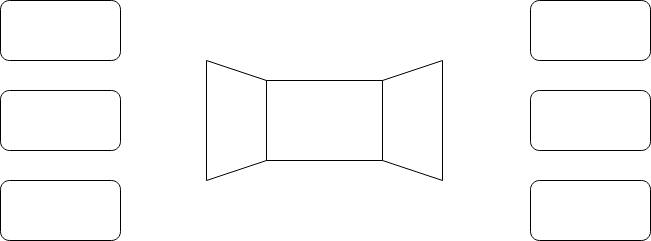
The draw.io diagram 未命名绘图.drawio.png in mengxu98/draw.io, before a commit. Source tidied: cells renumbered, new cells last; positions are measured from the earlier drawing's top-left corner, leaving out a move shared by most shapes.
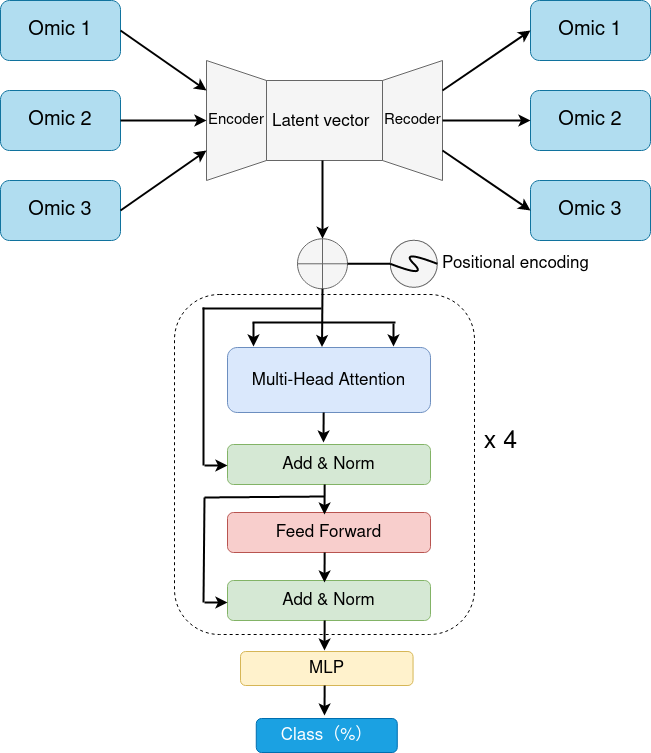
Above is the later version.

Commit message:
更新未命名绘图.drawio.png

What changed in the source:
```diff
@@ -2,35 +2,201 @@
   <root>
     <mxCell id="0" />
     <mxCell id="1" parent="0" />
-    <mxCell id="2" style="rounded=1;whiteSpace=wrap;html=1;" parent="1" vertex="1">
+    <mxCell id="2" value="&lt;font style=&quot;font-size: 20px;&quot;&gt;Omic 2&lt;br&gt;&lt;/font&gt;" style="rounded=1;whiteSpace=wrap;html=1;fillColor=#b1ddf0;strokeColor=#10739e;" parent="1" vertex="1">
       <mxGeometry y="90" width="120" height="60" as="geometry" />
     </mxCell>
-    <mxCell id="3" style="rounded=1;whiteSpace=wrap;html=1;" parent="1" vertex="1">
+    <mxCell id="3" value="&lt;font style=&quot;font-size: 20px;&quot;&gt;Omic 3&lt;br&gt;&lt;/font&gt;" style="rounded=1;whiteSpace=wrap;html=1;fillColor=#b1ddf0;strokeColor=#10739e;" parent="1" vertex="1">
       <mxGeometry y="180" width="120" height="60" as="geometry" />
     </mxCell>
-    <mxCell id="4" style="rounded=1;whiteSpace=wrap;html=1;" parent="1" vertex="1">
+    <mxCell id="4" value="&lt;font style=&quot;font-size: 20px;&quot;&gt;Omic 3&lt;br&gt;&lt;/font&gt;" style="rounded=1;whiteSpace=wrap;html=1;fillColor=#b1ddf0;strokeColor=#10739e;" parent="1" vertex="1">
       <mxGeometry x="530" y="180" width="120" height="60" as="geometry" />
     </mxCell>
-    <mxCell id="5" style="rounded=1;whiteSpace=wrap;html=1;" parent="1" vertex="1">
+    <mxCell id="5" value="&lt;font style=&quot;font-size: 20px;&quot;&gt;Omic 2&lt;br&gt;&lt;/font&gt;" style="rounded=1;whiteSpace=wrap;html=1;fillColor=#b1ddf0;strokeColor=#10739e;" parent="1" vertex="1">
       <mxGeometry x="530" y="90" width="120" height="60" as="geometry" />
     </mxCell>
-    <mxCell id="6" style="rounded=1;whiteSpace=wrap;html=1;" parent="1" vertex="1">
+    <mxCell id="6" value="&lt;font style=&quot;font-size: 20px;&quot;&gt;Omic 1&lt;br&gt;&lt;/font&gt;" style="rounded=1;whiteSpace=wrap;html=1;fillColor=#b1ddf0;strokeColor=#10739e;" parent="1" vertex="1">
       <mxGeometry x="530" width="120" height="60" as="geometry" />
     </mxCell>
-    <mxCell id="7" style="rounded=1;whiteSpace=wrap;html=1;" parent="1" vertex="1">
+    <mxCell id="7" value="&lt;font style=&quot;font-size: 20px;&quot;&gt;Omic 1&lt;br&gt;&lt;/font&gt;" style="rounded=1;whiteSpace=wrap;html=1;fillColor=#b1ddf0;strokeColor=#10739e;" parent="1" vertex="1">
       <mxGeometry width="120" height="60" as="geometry" />
     </mxCell>
     <mxCell id="8" style="group;" parent="1" vertex="1">
-      <mxGeometry x="206" y="60" width="236" height="120" as="geometry" />
+      <mxGeometry x="206" y="60" width="276" height="120" as="geometry" />
     </mxCell>
-    <mxCell id="9" style="rounded=0;whiteSpace=wrap;html=1;" parent="8" vertex="1">
+    <mxCell id="9" style="rounded=0;whiteSpace=wrap;html=1;fillColor=#f5f5f5;strokeColor=#666666;fontColor=#333333;" parent="8" vertex="1">
       <mxGeometry x="56" y="20" width="120" height="80" as="geometry" />
     </mxCell>
-    <mxCell id="10" style="shape=trapezoid;perimeter=trapezoidPerimeter;whiteSpace=wrap;html=1;fixedSize=1;rotation=-90;" parent="8" vertex="1">
+    <mxCell id="10" style="shape=trapezoid;perimeter=trapezoidPerimeter;whiteSpace=wrap;html=1;fixedSize=1;rotation=-90;fillColor=#f5f5f5;strokeColor=#666666;fontColor=#333333;" parent="8" vertex="1">
       <mxGeometry x="146" y="30" width="120" height="60" as="geometry" />
     </mxCell>
-    <mxCell id="11" style="shape=trapezoid;perimeter=trapezoidPerimeter;whiteSpace=wrap;html=1;fixedSize=1;rotation=90;" parent="8" vertex="1">
+    <mxCell id="11" style="shape=trapezoid;perimeter=trapezoidPerimeter;whiteSpace=wrap;html=1;fixedSize=1;rotation=90;fillColor=#f5f5f5;strokeColor=#666666;fontColor=#333333;" parent="8" vertex="1">
       <mxGeometry x="-30" y="30" width="120" height="60" as="geometry" />
     </mxCell>
+    <mxCell id="12" value="&lt;font style=&quot;font-size: 18px;&quot;&gt;&lt;font style=&quot;font-size: 18px;&quot;&gt;&lt;font style=&quot;font-size: 18px;&quot;&gt;&lt;font style=&quot;font-size: 18px;&quot;&gt;&lt;font style=&quot;font-size: 17px;&quot;&gt;&lt;font style=&quot;font-size: 16px;&quot;&gt;&lt;font style=&quot;font-size: 15px;&quot;&gt;Recoder&lt;/font&gt;&lt;/font&gt;&lt;/font&gt;&lt;/font&gt;&lt;/font&gt;&lt;/font&gt;&lt;/font&gt;" style="text;whiteSpace=wrap;html=1;fontSize=20;" parent="8" vertex="1">
+      <mxGeometry x="176" y="40" width="100" height="50" as="geometry" />
+    </mxCell>
+    <mxCell id="13" value="&lt;font style=&quot;font-size: 18px;&quot;&gt;&lt;font style=&quot;font-size: 18px;&quot;&gt;&lt;font style=&quot;font-size: 18px;&quot;&gt;&lt;font style=&quot;font-size: 18px;&quot;&gt;&lt;font style=&quot;font-size: 17px;&quot;&gt;&lt;font style=&quot;font-size: 16px;&quot;&gt;&lt;font style=&quot;font-size: 15px;&quot;&gt;Encoder&lt;/font&gt;&lt;/font&gt;&lt;/font&gt;&lt;/font&gt;&lt;/font&gt;&lt;/font&gt;&lt;/font&gt;" style="text;whiteSpace=wrap;html=1;fontSize=20;" parent="8" vertex="1">
+      <mxGeometry y="40" width="100" height="50" as="geometry" />
+    </mxCell>
+    <mxCell id="14" value="Latent vector" style="text;whiteSpace=wrap;html=1;fontSize=17;" parent="8" vertex="1">
+      <mxGeometry x="64" y="45" width="180" height="40" as="geometry" />
+    </mxCell>
+    <mxCell id="15" style="endArrow=classic;html=1;rounded=0;strokeWidth=2;exitX=1;exitY=0.5;exitDx=0;exitDy=0;entryX=0.25;entryY=1;entryDx=0;entryDy=0;" parent="1" edge="1" source="7" target="11">
+      <mxGeometry relative="1" as="geometry" />
+    </mxCell>
+    <mxCell id="16" style="endArrow=classic;html=1;rounded=0;strokeWidth=2;exitX=1;exitY=0.5;exitDx=0;exitDy=0;entryX=0.5;entryY=1;entryDx=0;entryDy=0;" parent="1" edge="1" source="2" target="11">
+      <mxGeometry relative="1" as="geometry" />
+    </mxCell>
+    <mxCell id="17" style="endArrow=classic;html=1;rounded=0;strokeWidth=2;exitX=1;exitY=0.5;exitDx=0;exitDy=0;entryX=0.75;entryY=1;entryDx=0;entryDy=0;" parent="1" edge="1" source="3" target="11">
+      <mxGeometry relative="1" as="geometry" />
+    </mxCell>
+    <mxCell id="18" style="endArrow=classic;html=1;rounded=0;strokeWidth=2;exitX=0.75;exitY=1;exitDx=0;exitDy=0;entryX=0;entryY=0.5;entryDx=0;entryDy=0;" parent="1" edge="1" source="10" target="6">
+      <mxGeometry relative="1" as="geometry" />
+    </mxCell>
+    <mxCell id="19" style="endArrow=classic;html=1;rounded=0;strokeWidth=2;exitX=0.5;exitY=1;exitDx=0;exitDy=0;entryX=0;entryY=0.5;entryDx=0;entryDy=0;" parent="1" edge="1" source="10" target="5">
+      <mxGeometry relative="1" as="geometry" />
+    </mxCell>
+    <mxCell id="20" style="endArrow=classic;html=1;rounded=0;strokeWidth=2;exitX=0.25;exitY=1;exitDx=0;exitDy=0;entryX=0;entryY=0.5;entryDx=0;entryDy=0;" parent="1" edge="1" source="10" target="4">
+      <mxGeometry relative="1" as="geometry" />
+    </mxCell>
+    <mxCell id="21" style="shape=orEllipse;perimeter=ellipsePerimeter;whiteSpace=wrap;html=1;backgroundOutline=1;rounded=1;fontSize=20;fillColor=#f5f5f5;fontColor=#333333;strokeColor=#666666;" parent="1" vertex="1">
+      <mxGeometry x="297" y="238.3" width="50" height="50" as="geometry" />
+    </mxCell>
+    <mxCell id="22" style="endArrow=classic;html=1;rounded=0;strokeWidth=2;fontSize=20;exitX=0.5;exitY=1;exitDx=0;exitDy=0;" parent="1" edge="1" source="9" target="21">
+      <mxGeometry relative="1" as="geometry" />
+    </mxCell>
+    <mxCell id="23" style="group;" parent="1" vertex="1">
+      <mxGeometry x="380" y="230" width="66.6" height="66.6" as="geometry" />
+    </mxCell>
+    <mxCell id="24" style="ellipse;whiteSpace=wrap;html=1;rounded=1;fontSize=15;rotation=45;fillColor=#f5f5f5;fontColor=#333333;strokeColor=#666666;" parent="23" vertex="1">
+      <mxGeometry x="9.7" y="9.7" width="47.1" height="47.1" as="geometry" />
+    </mxCell>
+    <mxCell id="25" style="endArrow=none;html=1;strokeWidth=2;fontSize=15;curved=1;strokeColor=default;entryX=1;entryY=0;entryDx=0;entryDy=0;exitX=0;exitY=1;exitDx=0;exitDy=0;endFill=0;" parent="23" edge="1" source="24" target="24">
+      <mxGeometry relative="1" as="geometry">
+        <Array as="points">
+          <mxPoint x="48" y="48" />
+          <mxPoint x="18.6" y="18.6" />
+        </Array>
+      </mxGeometry>
+    </mxCell>
+    <mxCell id="26" style="endArrow=none;html=1;strokeColor=default;strokeWidth=2;fontSize=15;entryX=0;entryY=1;entryDx=0;entryDy=0;exitX=1;exitY=0.5;exitDx=0;exitDy=0;" parent="1" edge="1" source="21" target="24">
+      <mxGeometry relative="1" as="geometry" />
+    </mxCell>
+    <mxCell id="27" value="&lt;font style=&quot;font-size: 17px;&quot;&gt;Positional &lt;font style=&quot;font-size: 17px;&quot;&gt;&lt;font style=&quot;font-size: 17px;&quot;&gt;&lt;font style=&quot;font-size: 17px;&quot;&gt;&lt;font style=&quot;font-size: 17px;&quot;&gt;&lt;font style=&quot;font-size: 17px;&quot;&gt;&lt;font style=&quot;font-size: 17px;&quot;&gt;&lt;font style=&quot;font-size: 17px;&quot;&gt;encoding&lt;/font&gt;&lt;/font&gt;&lt;/font&gt;&lt;/font&gt;&lt;/font&gt;&lt;/font&gt;&lt;/font&gt;&lt;/font&gt;" style="text;whiteSpace=wrap;html=1;fontSize=15;" parent="1" vertex="1">
+      <mxGeometry x="440" y="246.6" width="180" height="50" as="geometry" />
+    </mxCell>
+    <mxCell id="28" style="rounded=1;whiteSpace=wrap;html=1;fontSize=17;dashed=1;" parent="1" vertex="1">
+      <mxGeometry x="174" y="294" width="300" height="340" as="geometry" />
+    </mxCell>
+    <mxCell id="29" style="endArrow=classic;html=1;strokeColor=default;strokeWidth=2;fontSize=17;exitX=0.5;exitY=1;exitDx=0;exitDy=0;" parent="1" edge="1" source="21">
+      <mxGeometry relative="1" as="geometry">
+        <mxPoint x="321.5" y="346.6" as="targetPoint" />
+      </mxGeometry>
+    </mxCell>
+    <mxCell id="30" style="endArrow=none;html=1;strokeColor=default;strokeWidth=2;fontSize=17;" parent="1" edge="1">
+      <mxGeometry relative="1" as="geometry">
+        <mxPoint x="252" y="322" as="sourcePoint" />
+        <mxPoint x="395" y="322" as="targetPoint" />
+      </mxGeometry>
+    </mxCell>
+    <mxCell id="31" style="endArrow=classic;html=1;strokeColor=default;strokeWidth=2;fontSize=17;" parent="1" edge="1">
+      <mxGeometry relative="1" as="geometry">
+        <mxPoint x="253" y="322" as="sourcePoint" />
+        <mxPoint x="253" y="346" as="targetPoint" />
+      </mxGeometry>
+    </mxCell>
+    <mxCell id="32" style="endArrow=classic;html=1;strokeColor=default;strokeWidth=2;fontSize=17;" parent="1" edge="1">
+      <mxGeometry relative="1" as="geometry">
+        <mxPoint x="393" y="323" as="sourcePoint" />
+        <mxPoint x="393" y="346" as="targetPoint" />
+      </mxGeometry>
+    </mxCell>
+    <mxCell id="33" value="Multi-Head Attention" style="rounded=1;whiteSpace=wrap;html=1;fontSize=17;fillColor=#dae8fc;strokeColor=#6c8ebf;" parent="1" vertex="1">
+      <mxGeometry x="227" y="347" width="203" height="65" as="geometry" />
+    </mxCell>
+    <mxCell id="34" style="endArrow=classic;html=1;strokeColor=default;strokeWidth=2;fontSize=17;exitX=0.5;exitY=1;exitDx=0;exitDy=0;" parent="1" edge="1">
+      <mxGeometry relative="1" as="geometry">
+        <mxPoint x="323.2" y="412" as="sourcePoint" />
+        <mxPoint x="323" y="442" as="targetPoint" />
+      </mxGeometry>
+    </mxCell>
+    <mxCell id="35" value="Add &amp;amp; Norm" style="rounded=1;whiteSpace=wrap;html=1;fontSize=17;fillColor=#d5e8d4;strokeColor=#82b366;" parent="1" vertex="1">
+      <mxGeometry x="227" y="444" width="203" height="40" as="geometry" />
+    </mxCell>
+    <mxCell id="36" value="Feed Forward" style="rounded=1;whiteSpace=wrap;html=1;fontSize=17;fillColor=#f8cecc;strokeColor=#b85450;" parent="1" vertex="1">
+      <mxGeometry x="227" y="512" width="203" height="40" as="geometry" />
+    </mxCell>
+    <mxCell id="37" style="endArrow=classic;html=1;strokeColor=default;strokeWidth=2;fontSize=17;exitX=0.5;exitY=1;exitDx=0;exitDy=0;" parent="1" edge="1">
+      <mxGeometry relative="1" as="geometry">
+        <mxPoint x="324.2" y="484" as="sourcePoint" />
+        <mxPoint x="324" y="514" as="targetPoint" />
+      </mxGeometry>
+    </mxCell>
+    <mxCell id="38" value="Add &amp;amp; Norm" style="rounded=1;whiteSpace=wrap;html=1;fontSize=17;fillColor=#d5e8d4;strokeColor=#82b366;" parent="1" vertex="1">
+      <mxGeometry x="227" y="580" width="203" height="40" as="geometry" />
+    </mxCell>
+    <mxCell id="39" style="endArrow=classic;html=1;strokeColor=default;strokeWidth=2;fontSize=17;exitX=0.5;exitY=1;exitDx=0;exitDy=0;" parent="1" edge="1">
+      <mxGeometry relative="1" as="geometry">
+        <mxPoint x="324.2" y="552" as="sourcePoint" />
+        <mxPoint x="324" y="582" as="targetPoint" />
+      </mxGeometry>
+    </mxCell>
+    <mxCell id="40" value="MLP" style="rounded=1;whiteSpace=wrap;html=1;fontSize=17;fillColor=#fff2cc;strokeColor=#d6b656;" parent="1" vertex="1">
+      <mxGeometry x="240" y="651" width="172.6" height="34" as="geometry" />
+    </mxCell>
+    <mxCell id="41" style="endArrow=classic;html=1;strokeColor=default;strokeWidth=2;fontSize=17;exitX=0.5;exitY=1;exitDx=0;exitDy=0;" parent="1" edge="1">
+      <mxGeometry relative="1" as="geometry">
+        <mxPoint x="324.2" y="620" as="sourcePoint" />
+        <mxPoint x="324" y="650" as="targetPoint" />
+      </mxGeometry>
+    </mxCell>
+    <mxCell id="42" style="endArrow=classic;html=1;strokeColor=default;strokeWidth=2;fontSize=17;exitX=0.5;exitY=1;exitDx=0;exitDy=0;" parent="1" edge="1">
+      <mxGeometry relative="1" as="geometry">
+        <mxPoint x="324.2" y="685" as="sourcePoint" />
+        <mxPoint x="324" y="715" as="targetPoint" />
+      </mxGeometry>
+    </mxCell>
+    <mxCell id="43" value="Class（%）" style="rounded=1;whiteSpace=wrap;html=1;fontSize=17;fillColor=#1ba1e2;strokeColor=#006EAF;fontColor=#ffffff;" parent="1" vertex="1">
+      <mxGeometry x="255.8" y="718" width="141" height="34" as="geometry" />
+    </mxCell>
+    <mxCell id="44" value="&lt;font style=&quot;font-size: 25px;&quot;&gt;x 4&lt;br&gt;&lt;/font&gt;" style="text;html=1;align=center;verticalAlign=middle;strokeColor=none;fillColor=none;fontSize=17;" parent="1" vertex="1">
+      <mxGeometry x="474" y="420" width="51" height="42" as="geometry" />
+    </mxCell>
+    <mxCell id="45" style="endArrow=none;html=1;strokeColor=default;strokeWidth=2;fontSize=17;" parent="1" edge="1">
+      <mxGeometry relative="1" as="geometry">
+        <mxPoint x="202" y="308" as="sourcePoint" />
+        <mxPoint x="321" y="308" as="targetPoint" />
+      </mxGeometry>
+    </mxCell>
+    <mxCell id="46" style="endArrow=none;html=1;strokeColor=default;strokeWidth=2;fontSize=17;" parent="1" edge="1">
+      <mxGeometry relative="1" as="geometry">
+        <mxPoint x="203" y="307" as="sourcePoint" />
+        <mxPoint x="203" y="465" as="targetPoint" />
+      </mxGeometry>
+    </mxCell>
+    <mxCell id="47" style="endArrow=classic;html=1;rounded=0;strokeWidth=2;" parent="1" edge="1">
+      <mxGeometry relative="1" as="geometry">
+        <mxPoint x="204" y="465" as="sourcePoint" />
+        <mxPoint x="227" y="465" as="targetPoint" />
+      </mxGeometry>
+    </mxCell>
+    <mxCell id="48" style="endArrow=classic;html=1;rounded=0;strokeWidth=2;" parent="1" edge="1">
+      <mxGeometry relative="1" as="geometry">
+        <mxPoint x="204" y="602" as="sourcePoint" />
+        <mxPoint x="227" y="602" as="targetPoint" />
+      </mxGeometry>
+    </mxCell>
+    <mxCell id="49" style="endArrow=none;html=1;strokeColor=default;strokeWidth=2;fontSize=17;" parent="1" edge="1">
+      <mxGeometry relative="1" as="geometry">
+        <mxPoint x="204" y="497" as="sourcePoint" />
+        <mxPoint x="203" y="602" as="targetPoint" />
+      </mxGeometry>
+    </mxCell>
+    <mxCell id="50" style="endArrow=none;html=1;strokeColor=default;strokeWidth=2;fontSize=17;" parent="1" edge="1">
+      <mxGeometry relative="1" as="geometry">
+        <mxPoint x="204" y="497" as="sourcePoint" />
+        <mxPoint x="324" y="496" as="targetPoint" />
+      </mxGeometry>
+    </mxCell>
   </root>
 </mxGraphModel>
```
